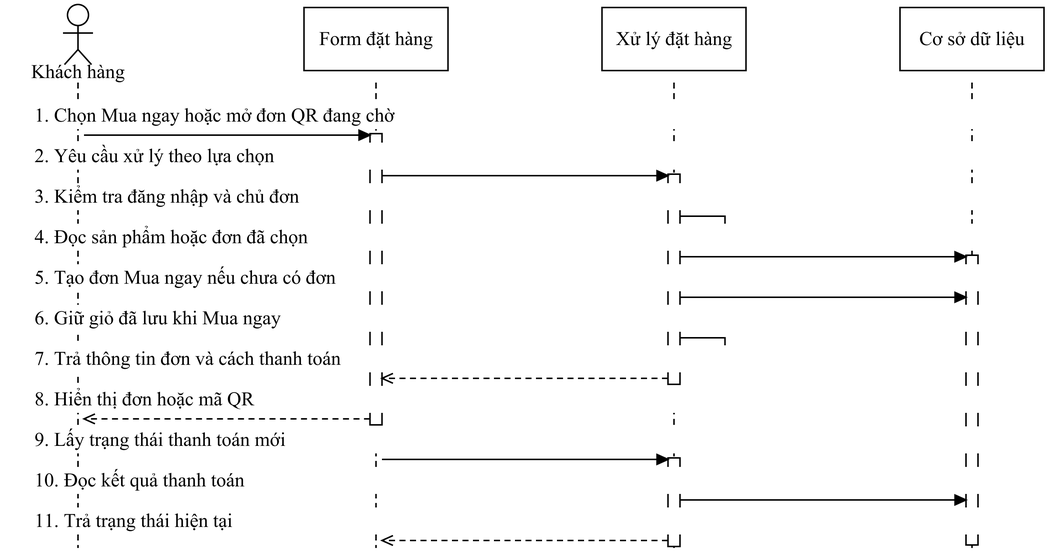
Loccao102/BanHang keeps this draw.io diagram as docs/do-an-LSOUL/So-do-LSOUL-rut-gon/anh-png/SEQ-21.png. Above is the earlier version. Source tidied: cells renumbered, new cells last; positions are measured from the earlier drawing's top-left corner, leaving out a move shared by most shapes.
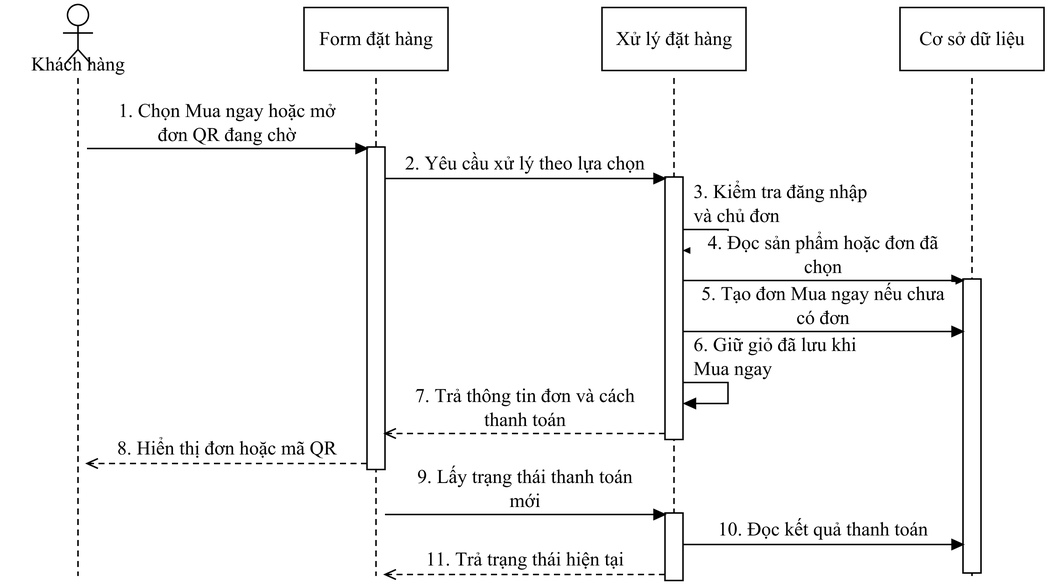
Above is the later version.

What changed in the source:
```diff
@@ -4,145 +4,145 @@
     <mxCell id="1" parent="0" />
     <mxCell id="2" style="fontFamily=Times New Roman;fontSize=13;fontColor=#000000;strokeColor=#000000;strokeWidth=1;fillColor=#FFFFFF;shadow=0;rounded=0;html=0;whiteSpace=wrap;spacing=5;endArrow=none;endFill=1;startArrow=none;dashed=1;dashPattern=4 3;" parent="1" edge="1">
       <mxGeometry relative="1" as="geometry">
-        <mxPoint x="48" y="52" as="sourcePoint" />
-        <mxPoint x="48" y="362" as="targetPoint" />
+        <mxPoint x="48" y="49" as="sourcePoint" />
+        <mxPoint x="48" y="381" as="targetPoint" />
       </mxGeometry>
     </mxCell>
     <mxCell id="3" style="fontFamily=Times New Roman;fontSize=13;fontColor=#000000;strokeColor=#000000;strokeWidth=1;fillColor=#FFFFFF;shadow=0;rounded=0;html=0;whiteSpace=wrap;spacing=5;endArrow=none;endFill=1;startArrow=none;dashed=1;dashPattern=4 3;" parent="1" edge="1">
       <mxGeometry relative="1" as="geometry">
-        <mxPoint x="246.7" y="52" as="sourcePoint" />
-        <mxPoint x="246.7" y="362" as="targetPoint" />
+        <mxPoint x="246.7" y="49" as="sourcePoint" />
+        <mxPoint x="246.7" y="381" as="targetPoint" />
       </mxGeometry>
     </mxCell>
     <mxCell id="4" style="fontFamily=Times New Roman;fontSize=13;fontColor=#000000;strokeColor=#000000;strokeWidth=1;fillColor=#FFFFFF;shadow=0;rounded=0;html=0;whiteSpace=wrap;spacing=5;endArrow=none;endFill=1;startArrow=none;dashed=1;dashPattern=4 3;" parent="1" edge="1">
       <mxGeometry relative="1" as="geometry">
-        <mxPoint x="445.3" y="52" as="sourcePoint" />
-        <mxPoint x="445.3" y="362" as="targetPoint" />
+        <mxPoint x="445.3" y="49" as="sourcePoint" />
+        <mxPoint x="445.3" y="381" as="targetPoint" />
       </mxGeometry>
     </mxCell>
     <mxCell id="5" style="fontFamily=Times New Roman;fontSize=13;fontColor=#000000;strokeColor=#000000;strokeWidth=1;fillColor=#FFFFFF;shadow=0;rounded=0;html=0;whiteSpace=wrap;spacing=5;endArrow=none;endFill=1;startArrow=none;dashed=1;dashPattern=4 3;" parent="1" edge="1">
       <mxGeometry relative="1" as="geometry">
-        <mxPoint x="644" y="52" as="sourcePoint" />
-        <mxPoint x="644" y="362" as="targetPoint" />
+        <mxPoint x="644" y="49" as="sourcePoint" />
+        <mxPoint x="644" y="381" as="targetPoint" />
       </mxGeometry>
     </mxCell>
     <mxCell id="6" style="fontFamily=Times New Roman;fontSize=13;fontColor=#000000;strokeColor=#000000;strokeWidth=1;fillColor=#FFFFFF;shadow=0;rounded=0;html=0;whiteSpace=wrap;spacing=5;align=center;verticalAlign=middle;" parent="1" vertex="1">
-      <mxGeometry x="441.3" y="113" width="8" height="140" as="geometry" />
+      <mxGeometry x="439.3" y="115" width="12" height="175" as="geometry" />
     </mxCell>
     <mxCell id="7" style="fontFamily=Times New Roman;fontSize=13;fontColor=#000000;strokeColor=#000000;strokeWidth=1;fillColor=#FFFFFF;shadow=0;rounded=0;html=0;whiteSpace=wrap;spacing=5;align=center;verticalAlign=middle;" parent="1" vertex="1">
-      <mxGeometry x="242.7" y="86" width="8" height="194" as="geometry" />
+      <mxGeometry x="240.7" y="95" width="12" height="215" as="geometry" />
     </mxCell>
     <mxCell id="8" style="fontFamily=Times New Roman;fontSize=13;fontColor=#000000;strokeColor=#000000;strokeWidth=1;fillColor=#FFFFFF;shadow=0;rounded=0;html=0;whiteSpace=wrap;spacing=5;align=center;verticalAlign=middle;" parent="1" vertex="1">
-      <mxGeometry x="441.3" y="302" width="8" height="59" as="geometry" />
+      <mxGeometry x="439.3" y="339" width="12" height="45" as="geometry" />
     </mxCell>
     <mxCell id="9" style="fontFamily=Times New Roman;fontSize=13;fontColor=#000000;strokeColor=#000000;strokeWidth=1;fillColor=#FFFFFF;shadow=0;rounded=0;html=0;whiteSpace=wrap;spacing=5;align=center;verticalAlign=middle;" parent="1" vertex="1">
-      <mxGeometry x="640" y="167" width="8" height="193" as="geometry" />
+      <mxGeometry x="638" y="183" width="12" height="196" as="geometry" />
     </mxCell>
-    <mxCell id="10" value="1. Chọn Mua ngay hoặc mở đơn QR đang chờ" style="fontFamily=Times New Roman;fontSize=13;fontColor=#000000;strokeColor=#000000;strokeWidth=1;fillColor=#FFFFFF;shadow=0;rounded=0;html=0;whiteSpace=wrap;spacing=5;text;strokeColor=none;fillColor=none;align=left;verticalAlign=middle;fillColor=#FFFFFF;" parent="1" vertex="1">
-      <mxGeometry x="14" y="65" width="664" height="18" as="geometry" />
+    <mxCell id="10" value="1. Chọn Mua ngay hoặc mở&#10;đơn QR đang chờ" style="fontFamily=Times New Roman;fontSize=13;fontColor=#000000;strokeColor=#000000;strokeWidth=1;fillColor=#FFFFFF;shadow=0;rounded=0;html=0;whiteSpace=wrap;spacing=5;text;strokeColor=none;fillColor=none;align=center;verticalAlign=middle;fillColor=#FFFFFF;" parent="1" vertex="1">
+      <mxGeometry x="59" y="63" width="176.7" height="32" as="geometry" />
     </mxCell>
     <mxCell id="11" style="fontFamily=Times New Roman;fontSize=13;fontColor=#000000;strokeColor=#000000;strokeWidth=1;fillColor=#FFFFFF;shadow=0;rounded=0;html=0;whiteSpace=wrap;spacing=5;endArrow=block;endFill=1;startArrow=none;" parent="1" edge="1">
       <mxGeometry relative="1" as="geometry">
-        <mxPoint x="52" y="87" as="sourcePoint" />
-        <mxPoint x="242.7" y="87" as="targetPoint" />
+        <mxPoint x="54" y="96" as="sourcePoint" />
+        <mxPoint x="240.7" y="96" as="targetPoint" />
       </mxGeometry>
     </mxCell>
-    <mxCell id="12" value="2. Yêu cầu xử lý theo lựa chọn" style="fontFamily=Times New Roman;fontSize=13;fontColor=#000000;strokeColor=#000000;strokeWidth=1;fillColor=#FFFFFF;shadow=0;rounded=0;html=0;whiteSpace=wrap;spacing=5;text;strokeColor=none;fillColor=none;align=left;verticalAlign=middle;fillColor=#FFFFFF;" parent="1" vertex="1">
-      <mxGeometry x="14" y="92" width="664" height="18" as="geometry" />
+    <mxCell id="12" value="2. Yêu cầu xử lý theo lựa chọn" style="fontFamily=Times New Roman;fontSize=13;fontColor=#000000;strokeColor=#000000;strokeWidth=1;fillColor=#FFFFFF;shadow=0;rounded=0;html=0;whiteSpace=wrap;spacing=5;text;strokeColor=none;fillColor=none;align=center;verticalAlign=middle;fillColor=#FFFFFF;" parent="1" vertex="1">
+      <mxGeometry x="257.7" y="97" width="176.7" height="18" as="geometry" />
     </mxCell>
     <mxCell id="13" style="fontFamily=Times New Roman;fontSize=13;fontColor=#000000;strokeColor=#000000;strokeWidth=1;fillColor=#FFFFFF;shadow=0;rounded=0;html=0;whiteSpace=wrap;spacing=5;endArrow=block;endFill=1;startArrow=none;" parent="1" edge="1">
       <mxGeometry relative="1" as="geometry">
-        <mxPoint x="250.7" y="114" as="sourcePoint" />
-        <mxPoint x="441.3" y="114" as="targetPoint" />
+        <mxPoint x="252.7" y="116" as="sourcePoint" />
+        <mxPoint x="439.3" y="116" as="targetPoint" />
       </mxGeometry>
     </mxCell>
-    <mxCell id="14" value="3. Kiểm tra đăng nhập và chủ đơn" style="fontFamily=Times New Roman;fontSize=13;fontColor=#000000;strokeColor=#000000;strokeWidth=1;fillColor=#FFFFFF;shadow=0;rounded=0;html=0;whiteSpace=wrap;spacing=5;text;strokeColor=none;fillColor=none;align=left;verticalAlign=middle;fillColor=#FFFFFF;" parent="1" vertex="1">
-      <mxGeometry x="14" y="119" width="664" height="18" as="geometry" />
+    <mxCell id="14" value="3. Kiểm tra đăng nhập&#10;và chủ đơn" style="fontFamily=Times New Roman;fontSize=13;fontColor=#000000;strokeColor=#000000;strokeWidth=1;fillColor=#FFFFFF;shadow=0;rounded=0;html=0;whiteSpace=wrap;spacing=5;text;strokeColor=none;fillColor=none;align=left;verticalAlign=middle;fillColor=#FFFFFF;" parent="1" vertex="1">
+      <mxGeometry x="453.3" y="117" width="136" height="32" as="geometry" />
     </mxCell>
     <mxCell id="15" style="fontFamily=Times New Roman;fontSize=13;fontColor=#000000;strokeColor=#000000;strokeWidth=1;fillColor=#FFFFFF;shadow=0;rounded=0;html=0;whiteSpace=wrap;spacing=5;endArrow=block;endFill=1;startArrow=none;" parent="1" edge="1">
       <mxGeometry relative="1" as="geometry">
-        <mxPoint x="449.3" y="141" as="sourcePoint" />
-        <mxPoint x="450.3" y="153" as="targetPoint" />
+        <mxPoint x="451.3" y="150" as="sourcePoint" />
+        <mxPoint x="452.3" y="164" as="targetPoint" />
         <Array as="points">
-          <mxPoint x="479.3" y="141" />
-          <mxPoint x="479.3" y="153" />
+          <mxPoint x="481.3" y="150" />
+          <mxPoint x="481.3" y="164" />
         </Array>
       </mxGeometry>
     </mxCell>
-    <mxCell id="16" value="4. Đọc sản phẩm hoặc đơn đã chọn" style="fontFamily=Times New Roman;fontSize=13;fontColor=#000000;strokeColor=#000000;strokeWidth=1;fillColor=#FFFFFF;shadow=0;rounded=0;html=0;whiteSpace=wrap;spacing=5;text;strokeColor=none;fillColor=none;align=left;verticalAlign=middle;fillColor=#FFFFFF;" parent="1" vertex="1">
-      <mxGeometry x="14" y="146" width="664" height="18" as="geometry" />
+    <mxCell id="16" value="4. Đọc sản phẩm hoặc đơn đã&#10;chọn" style="fontFamily=Times New Roman;fontSize=13;fontColor=#000000;strokeColor=#000000;strokeWidth=1;fillColor=#FFFFFF;shadow=0;rounded=0;html=0;whiteSpace=wrap;spacing=5;text;strokeColor=none;fillColor=none;align=center;verticalAlign=middle;fillColor=#FFFFFF;" parent="1" vertex="1">
+      <mxGeometry x="456.3" y="151" width="176.7" height="32" as="geometry" />
     </mxCell>
     <mxCell id="17" style="fontFamily=Times New Roman;fontSize=13;fontColor=#000000;strokeColor=#000000;strokeWidth=1;fillColor=#FFFFFF;shadow=0;rounded=0;html=0;whiteSpace=wrap;spacing=5;endArrow=block;endFill=1;startArrow=none;" parent="1" edge="1">
       <mxGeometry relative="1" as="geometry">
-        <mxPoint x="449.3" y="168" as="sourcePoint" />
-        <mxPoint x="640" y="168" as="targetPoint" />
+        <mxPoint x="451.3" y="184" as="sourcePoint" />
+        <mxPoint x="638" y="184" as="targetPoint" />
       </mxGeometry>
     </mxCell>
-    <mxCell id="18" value="5. Tạo đơn Mua ngay nếu chưa có đơn" style="fontFamily=Times New Roman;fontSize=13;fontColor=#000000;strokeColor=#000000;strokeWidth=1;fillColor=#FFFFFF;shadow=0;rounded=0;html=0;whiteSpace=wrap;spacing=5;text;strokeColor=none;fillColor=none;align=left;verticalAlign=middle;fillColor=#FFFFFF;" parent="1" vertex="1">
-      <mxGeometry x="14" y="173" width="664" height="18" as="geometry" />
+    <mxCell id="18" value="5. Tạo đơn Mua ngay nếu chưa&#10;có đơn" style="fontFamily=Times New Roman;fontSize=13;fontColor=#000000;strokeColor=#000000;strokeWidth=1;fillColor=#FFFFFF;shadow=0;rounded=0;html=0;whiteSpace=wrap;spacing=5;text;strokeColor=none;fillColor=none;align=center;verticalAlign=middle;fillColor=#FFFFFF;" parent="1" vertex="1">
+      <mxGeometry x="456.3" y="185" width="176.7" height="32" as="geometry" />
     </mxCell>
     <mxCell id="19" style="fontFamily=Times New Roman;fontSize=13;fontColor=#000000;strokeColor=#000000;strokeWidth=1;fillColor=#FFFFFF;shadow=0;rounded=0;html=0;whiteSpace=wrap;spacing=5;endArrow=block;endFill=1;startArrow=none;" parent="1" edge="1">
       <mxGeometry relative="1" as="geometry">
-        <mxPoint x="449.3" y="195" as="sourcePoint" />
-        <mxPoint x="640" y="195" as="targetPoint" />
+        <mxPoint x="451.3" y="218" as="sourcePoint" />
+        <mxPoint x="638" y="218" as="targetPoint" />
       </mxGeometry>
     </mxCell>
-    <mxCell id="20" value="6. Giữ giỏ đã lưu khi Mua ngay" style="fontFamily=Times New Roman;fontSize=13;fontColor=#000000;strokeColor=#000000;strokeWidth=1;fillColor=#FFFFFF;shadow=0;rounded=0;html=0;whiteSpace=wrap;spacing=5;text;strokeColor=none;fillColor=none;align=left;verticalAlign=middle;fillColor=#FFFFFF;" parent="1" vertex="1">
-      <mxGeometry x="14" y="200" width="664" height="18" as="geometry" />
+    <mxCell id="20" value="6. Giữ giỏ đã lưu khi&#10;Mua ngay" style="fontFamily=Times New Roman;fontSize=13;fontColor=#000000;strokeColor=#000000;strokeWidth=1;fillColor=#FFFFFF;shadow=0;rounded=0;html=0;whiteSpace=wrap;spacing=5;text;strokeColor=none;fillColor=none;align=left;verticalAlign=middle;fillColor=#FFFFFF;" parent="1" vertex="1">
+      <mxGeometry x="453.3" y="219" width="136" height="32" as="geometry" />
     </mxCell>
     <mxCell id="21" style="fontFamily=Times New Roman;fontSize=13;fontColor=#000000;strokeColor=#000000;strokeWidth=1;fillColor=#FFFFFF;shadow=0;rounded=0;html=0;whiteSpace=wrap;spacing=5;endArrow=block;endFill=1;startArrow=none;" parent="1" edge="1">
       <mxGeometry relative="1" as="geometry">
-        <mxPoint x="449.3" y="222" as="sourcePoint" />
-        <mxPoint x="450.3" y="234" as="targetPoint" />
+        <mxPoint x="451.3" y="252" as="sourcePoint" />
+        <mxPoint x="452.3" y="266" as="targetPoint" />
         <Array as="points">
-          <mxPoint x="479.3" y="222" />
-          <mxPoint x="479.3" y="234" />
+          <mxPoint x="481.3" y="252" />
+          <mxPoint x="481.3" y="266" />
         </Array>
       </mxGeometry>
     </mxCell>
-    <mxCell id="22" value="7. Trả thông tin đơn và cách thanh toán" style="fontFamily=Times New Roman;fontSize=13;fontColor=#000000;strokeColor=#000000;strokeWidth=1;fillColor=#FFFFFF;shadow=0;rounded=0;html=0;whiteSpace=wrap;spacing=5;text;strokeColor=none;fillColor=none;align=left;verticalAlign=middle;fillColor=#FFFFFF;" parent="1" vertex="1">
-      <mxGeometry x="14" y="227" width="664" height="18" as="geometry" />
+    <mxCell id="22" value="7. Trả thông tin đơn và cách&#10;thanh toán" style="fontFamily=Times New Roman;fontSize=13;fontColor=#000000;strokeColor=#000000;strokeWidth=1;fillColor=#FFFFFF;shadow=0;rounded=0;html=0;whiteSpace=wrap;spacing=5;text;strokeColor=none;fillColor=none;align=center;verticalAlign=middle;fillColor=#FFFFFF;" parent="1" vertex="1">
+      <mxGeometry x="257.7" y="253" width="176.7" height="32" as="geometry" />
     </mxCell>
     <mxCell id="23" style="fontFamily=Times New Roman;fontSize=13;fontColor=#000000;strokeColor=#000000;strokeWidth=1;fillColor=#FFFFFF;shadow=0;rounded=0;html=0;whiteSpace=wrap;spacing=5;endArrow=open;endFill=1;startArrow=none;dashed=1;dashPattern=4 3;" parent="1" edge="1">
       <mxGeometry relative="1" as="geometry">
-        <mxPoint x="441.3" y="249" as="sourcePoint" />
-        <mxPoint x="250.7" y="249" as="targetPoint" />
+        <mxPoint x="439.3" y="286" as="sourcePoint" />
+        <mxPoint x="252.7" y="286" as="targetPoint" />
       </mxGeometry>
     </mxCell>
-    <mxCell id="24" value="8. Hiển thị đơn hoặc mã QR" style="fontFamily=Times New Roman;fontSize=13;fontColor=#000000;strokeColor=#000000;strokeWidth=1;fillColor=#FFFFFF;shadow=0;rounded=0;html=0;whiteSpace=wrap;spacing=5;text;strokeColor=none;fillColor=none;align=left;verticalAlign=middle;fillColor=#FFFFFF;" parent="1" vertex="1">
-      <mxGeometry x="14" y="254" width="664" height="18" as="geometry" />
+    <mxCell id="24" value="8. Hiển thị đơn hoặc mã QR" style="fontFamily=Times New Roman;fontSize=13;fontColor=#000000;strokeColor=#000000;strokeWidth=1;fillColor=#FFFFFF;shadow=0;rounded=0;html=0;whiteSpace=wrap;spacing=5;text;strokeColor=none;fillColor=none;align=center;verticalAlign=middle;fillColor=#FFFFFF;" parent="1" vertex="1">
+      <mxGeometry x="59" y="287" width="176.7" height="18" as="geometry" />
     </mxCell>
     <mxCell id="25" style="fontFamily=Times New Roman;fontSize=13;fontColor=#000000;strokeColor=#000000;strokeWidth=1;fillColor=#FFFFFF;shadow=0;rounded=0;html=0;whiteSpace=wrap;spacing=5;endArrow=open;endFill=1;startArrow=none;dashed=1;dashPattern=4 3;" parent="1" edge="1">
       <mxGeometry relative="1" as="geometry">
-        <mxPoint x="242.7" y="276" as="sourcePoint" />
-        <mxPoint x="52" y="276" as="targetPoint" />
+        <mxPoint x="240.7" y="306" as="sourcePoint" />
+        <mxPoint x="54" y="306" as="targetPoint" />
       </mxGeometry>
     </mxCell>
-    <mxCell id="26" value="9. Lấy trạng thái thanh toán mới" style="fontFamily=Times New Roman;fontSize=13;fontColor=#000000;strokeColor=#000000;strokeWidth=1;fillColor=#FFFFFF;shadow=0;rounded=0;html=0;whiteSpace=wrap;spacing=5;text;strokeColor=none;fillColor=none;align=left;verticalAlign=middle;fillColor=#FFFFFF;" parent="1" vertex="1">
-      <mxGeometry x="14" y="281" width="664" height="18" as="geometry" />
+    <mxCell id="26" value="9. Lấy trạng thái thanh toán&#10;mới" style="fontFamily=Times New Roman;fontSize=13;fontColor=#000000;strokeColor=#000000;strokeWidth=1;fillColor=#FFFFFF;shadow=0;rounded=0;html=0;whiteSpace=wrap;spacing=5;text;strokeColor=none;fillColor=none;align=center;verticalAlign=middle;fillColor=#FFFFFF;" parent="1" vertex="1">
+      <mxGeometry x="257.7" y="307" width="176.7" height="32" as="geometry" />
     </mxCell>
     <mxCell id="27" style="fontFamily=Times New Roman;fontSize=13;fontColor=#000000;strokeColor=#000000;strokeWidth=1;fillColor=#FFFFFF;shadow=0;rounded=0;html=0;whiteSpace=wrap;spacing=5;endArrow=block;endFill=1;startArrow=none;" parent="1" edge="1">
       <mxGeometry relative="1" as="geometry">
-        <mxPoint x="250.7" y="303" as="sourcePoint" />
-        <mxPoint x="441.3" y="303" as="targetPoint" />
+        <mxPoint x="252.7" y="340" as="sourcePoint" />
+        <mxPoint x="439.3" y="340" as="targetPoint" />
       </mxGeometry>
     </mxCell>
-    <mxCell id="28" value="10. Đọc kết quả thanh toán" style="fontFamily=Times New Roman;fontSize=13;fontColor=#000000;strokeColor=#000000;strokeWidth=1;fillColor=#FFFFFF;shadow=0;rounded=0;html=0;whiteSpace=wrap;spacing=5;text;strokeColor=none;fillColor=none;align=left;verticalAlign=middle;fillColor=#FFFFFF;" parent="1" vertex="1">
-      <mxGeometry x="14" y="308" width="664" height="18" as="geometry" />
+    <mxCell id="28" value="10. Đọc kết quả thanh toán" style="fontFamily=Times New Roman;fontSize=13;fontColor=#000000;strokeColor=#000000;strokeWidth=1;fillColor=#FFFFFF;shadow=0;rounded=0;html=0;whiteSpace=wrap;spacing=5;text;strokeColor=none;fillColor=none;align=center;verticalAlign=middle;fillColor=#FFFFFF;" parent="1" vertex="1">
+      <mxGeometry x="456.3" y="341" width="176.7" height="18" as="geometry" />
     </mxCell>
     <mxCell id="29" style="fontFamily=Times New Roman;fontSize=13;fontColor=#000000;strokeColor=#000000;strokeWidth=1;fillColor=#FFFFFF;shadow=0;rounded=0;html=0;whiteSpace=wrap;spacing=5;endArrow=block;endFill=1;startArrow=none;" parent="1" edge="1">
       <mxGeometry relative="1" as="geometry">
-        <mxPoint x="449.3" y="330" as="sourcePoint" />
-        <mxPoint x="640" y="330" as="targetPoint" />
+        <mxPoint x="451.3" y="360" as="sourcePoint" />
+        <mxPoint x="638" y="360" as="targetPoint" />
       </mxGeometry>
     </mxCell>
-    <mxCell id="30" value="11. Trả trạng thái hiện tại" style="fontFamily=Times New Roman;fontSize=13;fontColor=#000000;strokeColor=#000000;strokeWidth=1;fillColor=#FFFFFF;shadow=0;rounded=0;html=0;whiteSpace=wrap;spacing=5;text;strokeColor=none;fillColor=none;align=left;verticalAlign=middle;fillColor=#FFFFFF;" parent="1" vertex="1">
-      <mxGeometry x="14" y="335" width="664" height="18" as="geometry" />
+    <mxCell id="30" value="11. Trả trạng thái hiện tại" style="fontFamily=Times New Roman;fontSize=13;fontColor=#000000;strokeColor=#000000;strokeWidth=1;fillColor=#FFFFFF;shadow=0;rounded=0;html=0;whiteSpace=wrap;spacing=5;text;strokeColor=none;fillColor=none;align=center;verticalAlign=middle;fillColor=#FFFFFF;" parent="1" vertex="1">
+      <mxGeometry x="257.7" y="361" width="176.7" height="18" as="geometry" />
     </mxCell>
     <mxCell id="31" style="fontFamily=Times New Roman;fontSize=13;fontColor=#000000;strokeColor=#000000;strokeWidth=1;fillColor=#FFFFFF;shadow=0;rounded=0;html=0;whiteSpace=wrap;spacing=5;endArrow=open;endFill=1;startArrow=none;dashed=1;dashPattern=4 3;" parent="1" edge="1">
       <mxGeometry relative="1" as="geometry">
-        <mxPoint x="441.3" y="357" as="sourcePoint" />
-        <mxPoint x="250.7" y="357" as="targetPoint" />
+        <mxPoint x="439.3" y="380" as="sourcePoint" />
+        <mxPoint x="252.7" y="380" as="targetPoint" />
       </mxGeometry>
     </mxCell>
     <mxCell id="32" style="fontFamily=Times New Roman;fontSize=13;fontColor=#000000;strokeColor=#000000;strokeWidth=1;fillColor=#FFFFFF;shadow=0;rounded=0;html=0;whiteSpace=wrap;spacing=5;ellipse;perimeter=ellipsePerimeter;align=center;verticalAlign=middle;" parent="1" vertex="1">
@@ -173,7 +173,7 @@
       </mxGeometry>
     </mxCell>
     <mxCell id="37" value="Khách hàng" style="fontFamily=Times New Roman;fontSize=13;fontColor=#000000;strokeColor=#000000;strokeWidth=1;fillColor=#FFFFFF;shadow=0;rounded=0;html=0;whiteSpace=wrap;spacing=5;text;strokeColor=none;fillColor=none;align=center;verticalAlign=middle;" parent="1" vertex="1">
-      <mxGeometry y="37" width="96" height="16" as="geometry" />
+      <mxGeometry y="32" width="96" height="16" as="geometry" />
     </mxCell>
     <mxCell id="38" value="Form đặt hàng" style="fontFamily=Times New Roman;fontSize=13;fontColor=#000000;strokeColor=#000000;strokeWidth=1;fillColor=#FFFFFF;shadow=0;rounded=0;html=0;whiteSpace=wrap;spacing=5;align=center;verticalAlign=middle;" parent="1" vertex="1">
       <mxGeometry x="198.7" y="2" width="96" height="42" as="geometry" />
```
